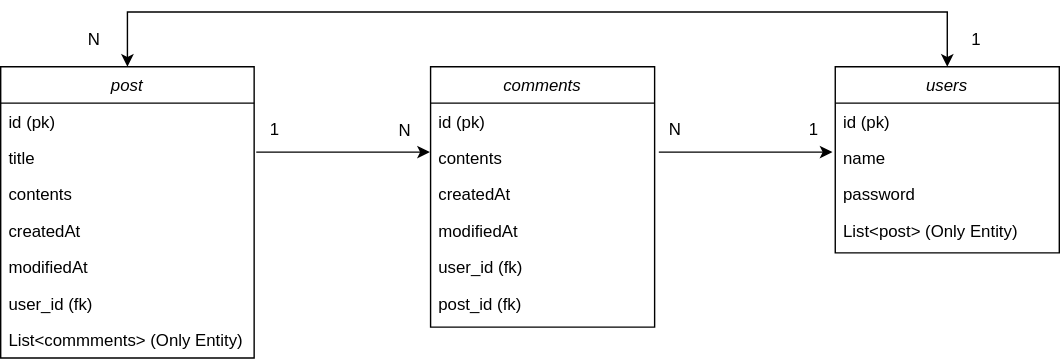
The draw.io diagram Entity Relationship Diagram.drawio.svg in Chaeyounglim/myBlog, before a commit. Source tidied: cells renumbered, new cells last; positions are measured from the earlier drawing's top-left corner, leaving out a move shared by most shapes.
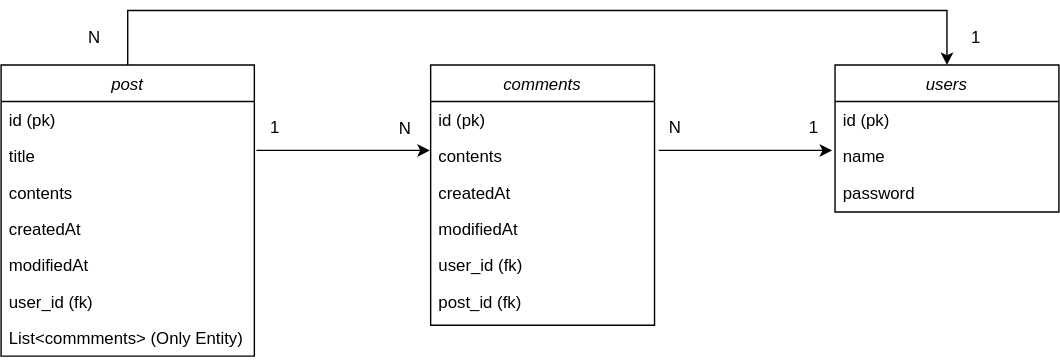
Later version of the same file.

Commit message:
docs : Entity Relationship Diagram.drawio.svg Version2.0 ;  add comments Entity for ERD. Also, deleted List<Post> PostList (Only Entity) feild.

Change to the diagram source:
```diff
@@ -2,7 +2,7 @@
   <root>
     <mxCell id="0" />
     <mxCell id="1" parent="0" />
-    <mxCell id="2" style="edgeStyle=orthogonalEdgeStyle;rounded=0;jettySize=auto;html=1;startArrow=classic;startFill=1;exitX=0.5;exitY=0;exitDx=0;exitDy=0;" parent="1" edge="1" source="16" target="11">
+    <mxCell id="2" style="edgeStyle=orthogonalEdgeStyle;rounded=0;jettySize=auto;html=1;startArrow=none;startFill=0;exitX=0.5;exitY=0;exitDx=0;exitDy=0;" parent="1" edge="1" source="16" target="11">
       <mxGeometry relative="1" as="geometry">
         <Array as="points">
           <mxPoint x="90" />
@@ -35,7 +35,7 @@
       <mxGeometry y="156" width="160" height="26" as="geometry" />
     </mxCell>
     <mxCell id="11" value="users" style="swimlane;fontStyle=2;align=center;verticalAlign=top;horizontal=1;startSize=26;rounded=0;shadow=0;strokeWidth=1;" parent="1" vertex="1">
-      <mxGeometry x="596" y="39" width="160" height="133" as="geometry" />
+      <mxGeometry x="596" y="39" width="160" height="105" as="geometry" />
     </mxCell>
     <mxCell id="12" value="id (pk)" style="text;align=left;verticalAlign=top;spacingLeft=4;spacingRight=4;overflow=hidden;" parent="11" vertex="1">
       <mxGeometry y="26" width="160" height="26" as="geometry" />
@@ -46,9 +46,6 @@
     <mxCell id="14" value="password" style="text;align=left;verticalAlign=top;spacingLeft=4;spacingRight=4;overflow=hidden;rounded=0;shadow=0;html=0;" parent="11" vertex="1">
       <mxGeometry y="78" width="160" height="26" as="geometry" />
     </mxCell>
-    <mxCell id="15" value="List&lt;post&gt; (Only Entity)" style="text;align=left;verticalAlign=middle;spacingLeft=4;spacingRight=4;overflow=hidden;rounded=0;shadow=0;html=0;" parent="11" vertex="1">
-      <mxGeometry y="104" width="160" height="26" as="geometry" />
-    </mxCell>
     <mxCell id="16" value="post" style="swimlane;fontStyle=2;align=center;verticalAlign=top;horizontal=1;startSize=26;rounded=0;shadow=0;strokeWidth=1;" parent="1" vertex="1">
       <mxGeometry y="39" width="181" height="208" as="geometry" />
     </mxCell>
```
